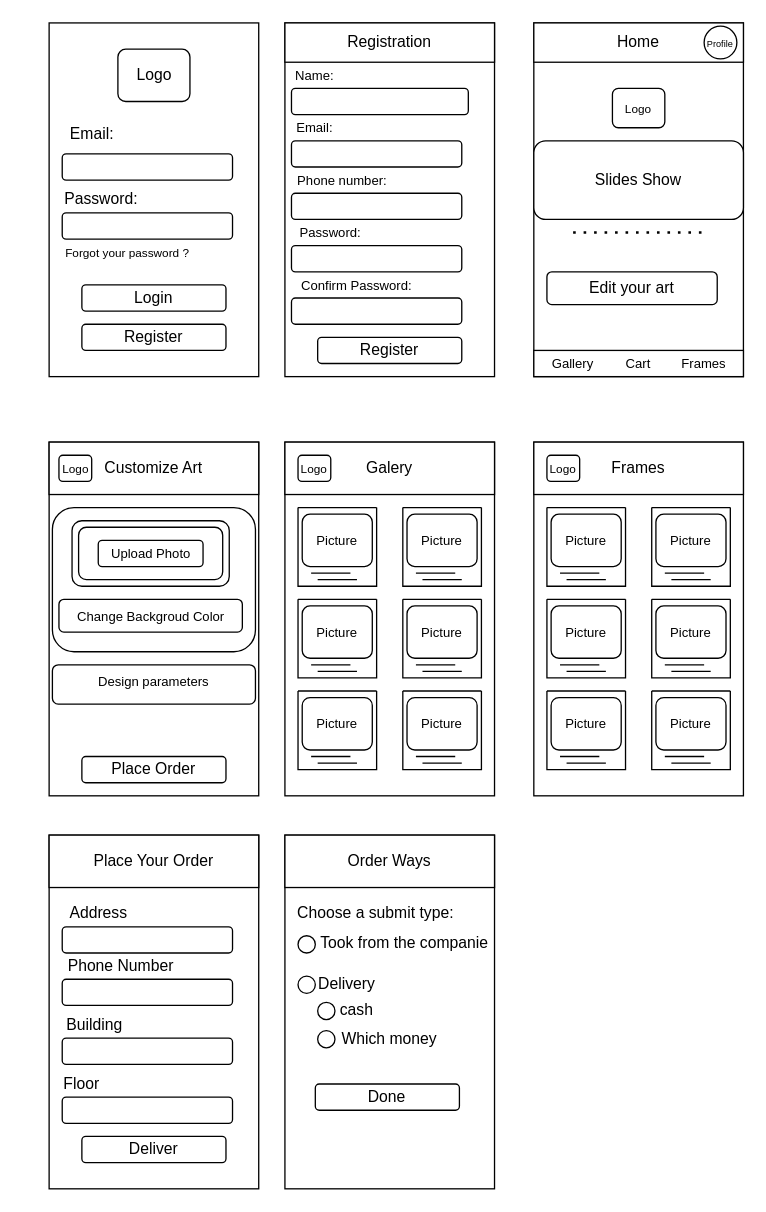
Earlier version of the draw.io diagram mockup.drawio (XpertBotTeam/SmartFrameApp). Source tidied: cells renumbered, new cells numbered last; positions are measured from the earlier drawing's top-left corner, leaving out a move shared by most shapes. Both pictures are drawn from the tidied source at 131%, with x=0, y=0 at pixel (22, 22).
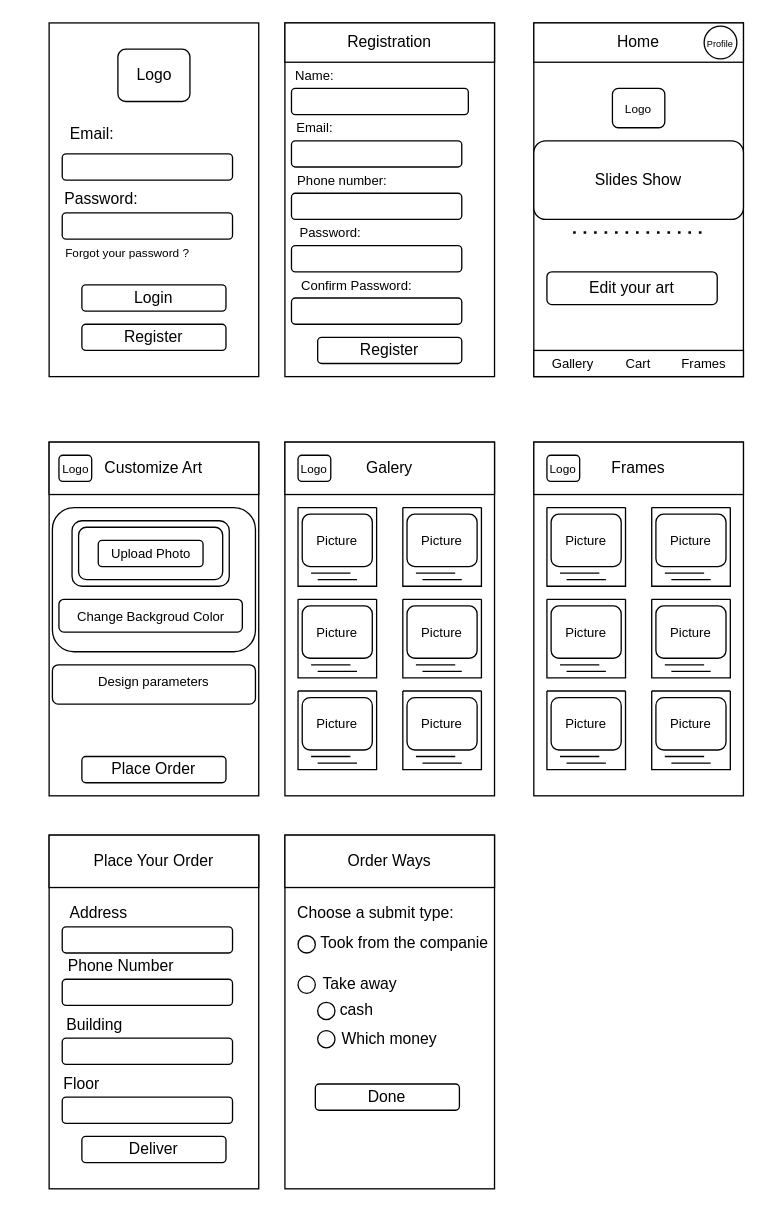
The same diagram, later.

What changed in the source:
```diff
@@
-    <mxCell id="118" value="Delivery" style="text;html=1;strokeColor=none;fillColor=none;align=center;verticalAlign=middle;whiteSpace=wrap;rounded=0;" parent="1" vertex="1">
-      <mxGeometry x="225" y="724.2" width="45" height="20" as="geometry" />
+    <mxCell id="118" value="Take away" style="text;html=1;strokeColor=none;fillColor=none;align=center;verticalAlign=middle;whiteSpace=wrap;rounded=0;" parent="1" vertex="1">
+      <mxGeometry x="225" y="724.2" width="65" height="20" as="geometry" />
     </mxCell>
```
